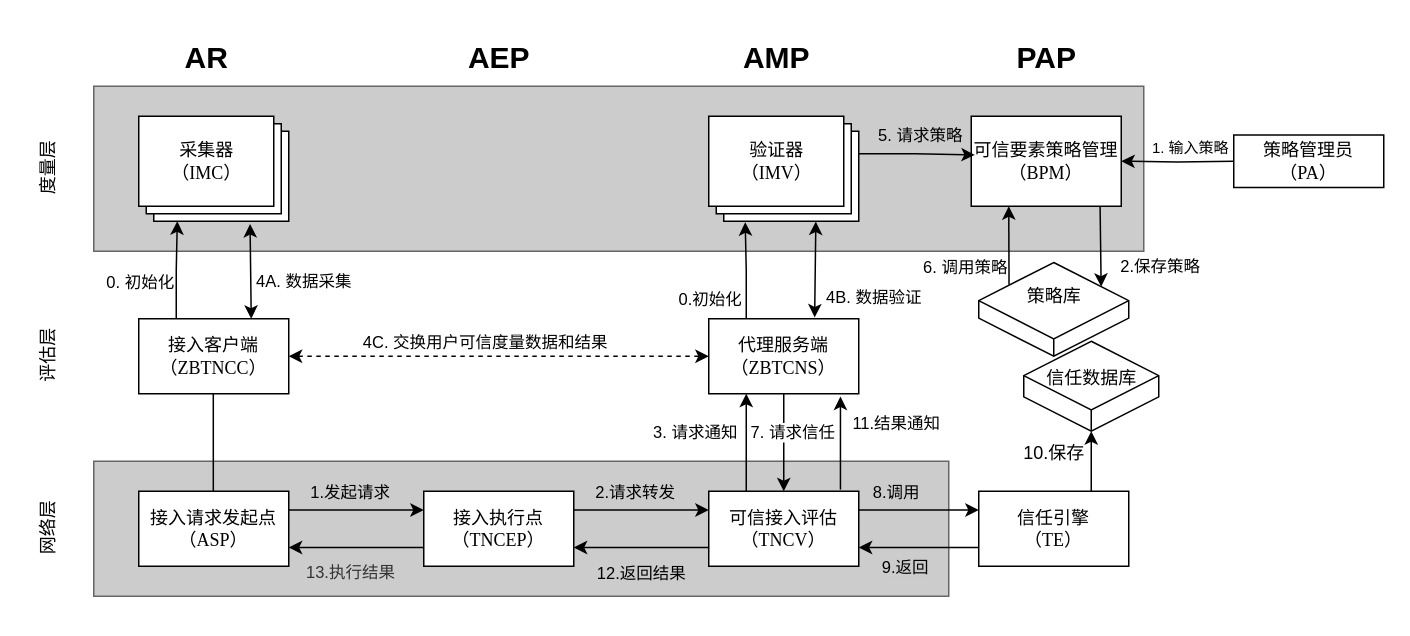
The draw.io diagram testDirectory/可信接入模型.drawio in Moose1273/-, before the edit. Source tidied: cells renumbered, new cells numbered last; positions are measured from the earlier drawing's top-left corner, leaving out a move shared by most shapes. Both pictures are drawn from the tidied source at 150%, with x=0, y=0 at pixel (3, 26).
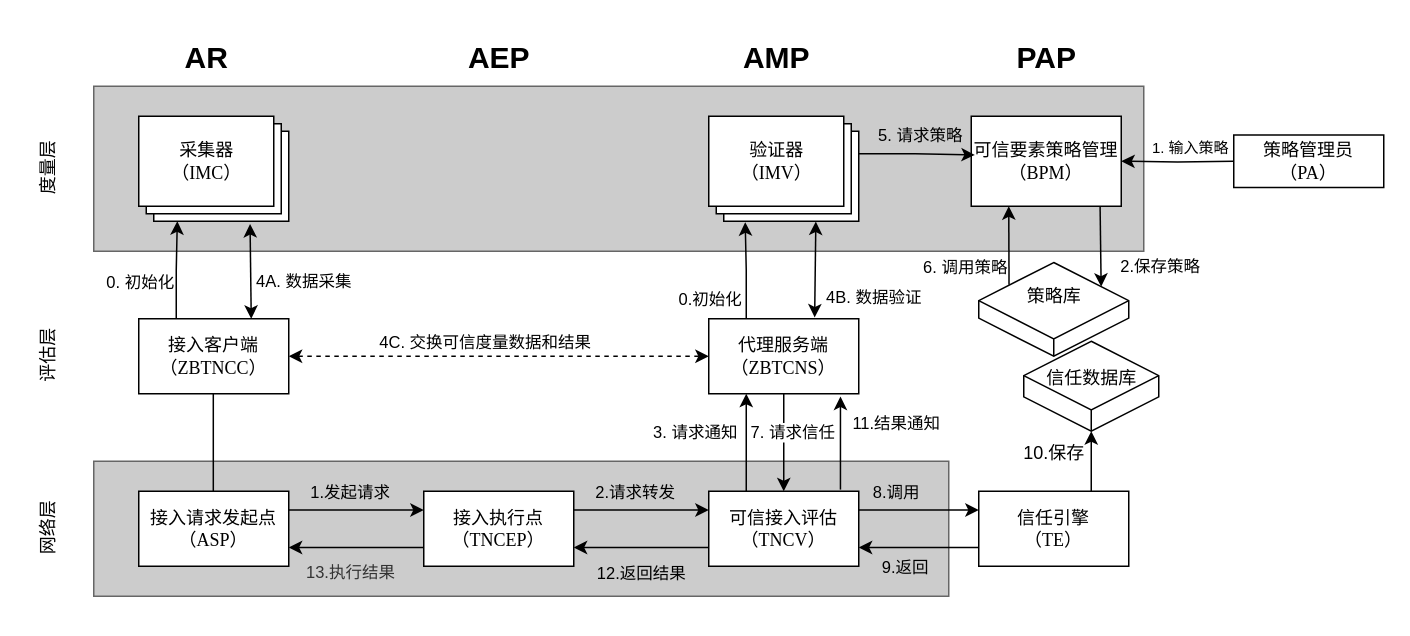
The same page after the edit.

Commit message:
更新可信接入模型.drawio

The change refers to these unchanged cells:
```xml
<mxCell id="38" style="endArrow=classic;startArrow=classic;html=1;rounded=0;entryX=0;entryY=0.5;entryDx=0;entryDy=0;exitX=1;exitY=0.5;exitDx=0;exitDy=0;dashed=1;" parent="1" edge="1" source="7" target="10">
  <mxGeometry relative="1" as="geometry" />
</mxCell>
```

Change to the diagram source:
```diff
@@
-    <mxCell id="39" value="4C. 交换用户可信度量数据和结果" style="edgeLabel;html=1;align=center;verticalAlign=middle;" parent="38" vertex="1">
+    <mxCell id="39" value="4C. 交换可信度量数据和结果" style="edgeLabel;html=1;align=center;verticalAlign=middle;" parent="38" vertex="1">
       <mxGeometry x="-0.24" relative="1" as="geometry">
         <mxPoint x="24" y="-10" as="offset" />
       </mxGeometry>
     </mxCell>
```
